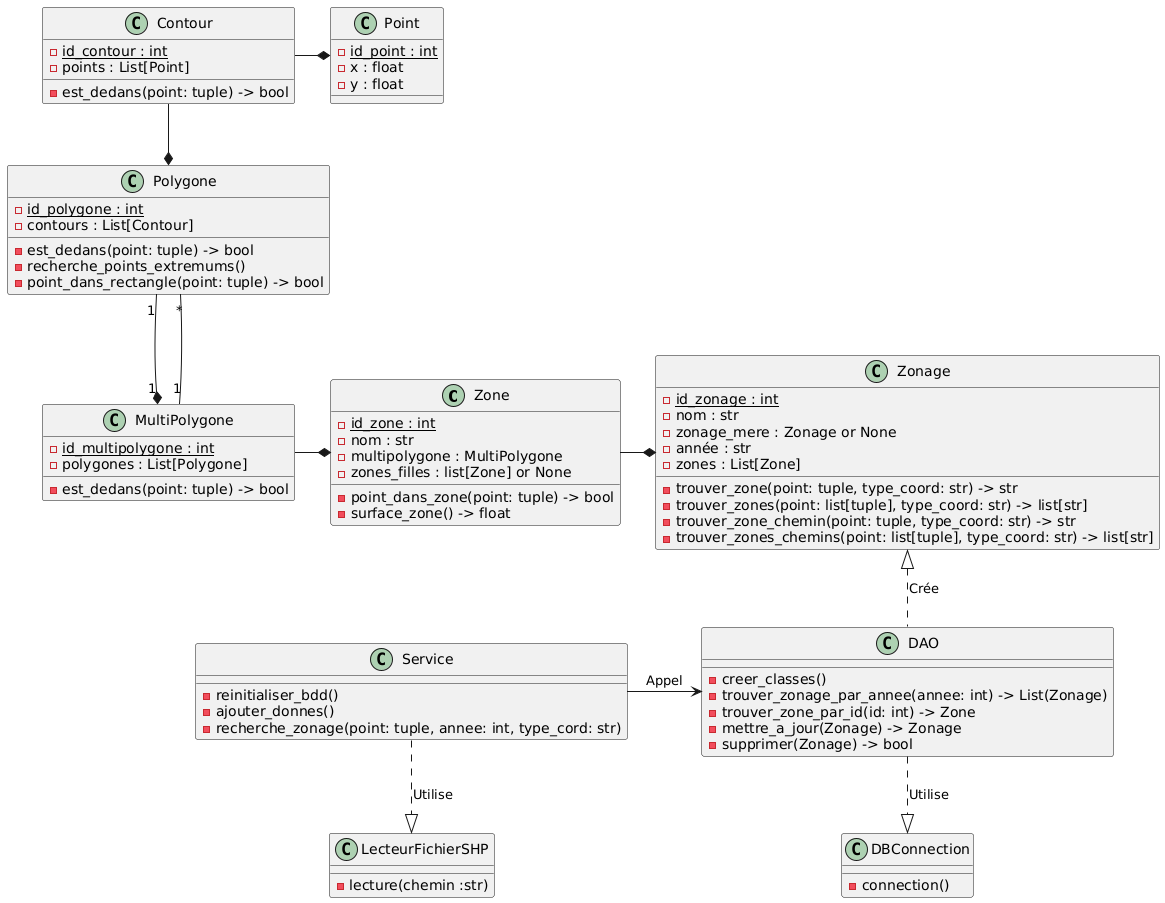
The PlantUML diagram doc/diagrammes/diagramme_classes.png in antoni-guardia/ENSAI_ProjetInfo2A, before a commit.
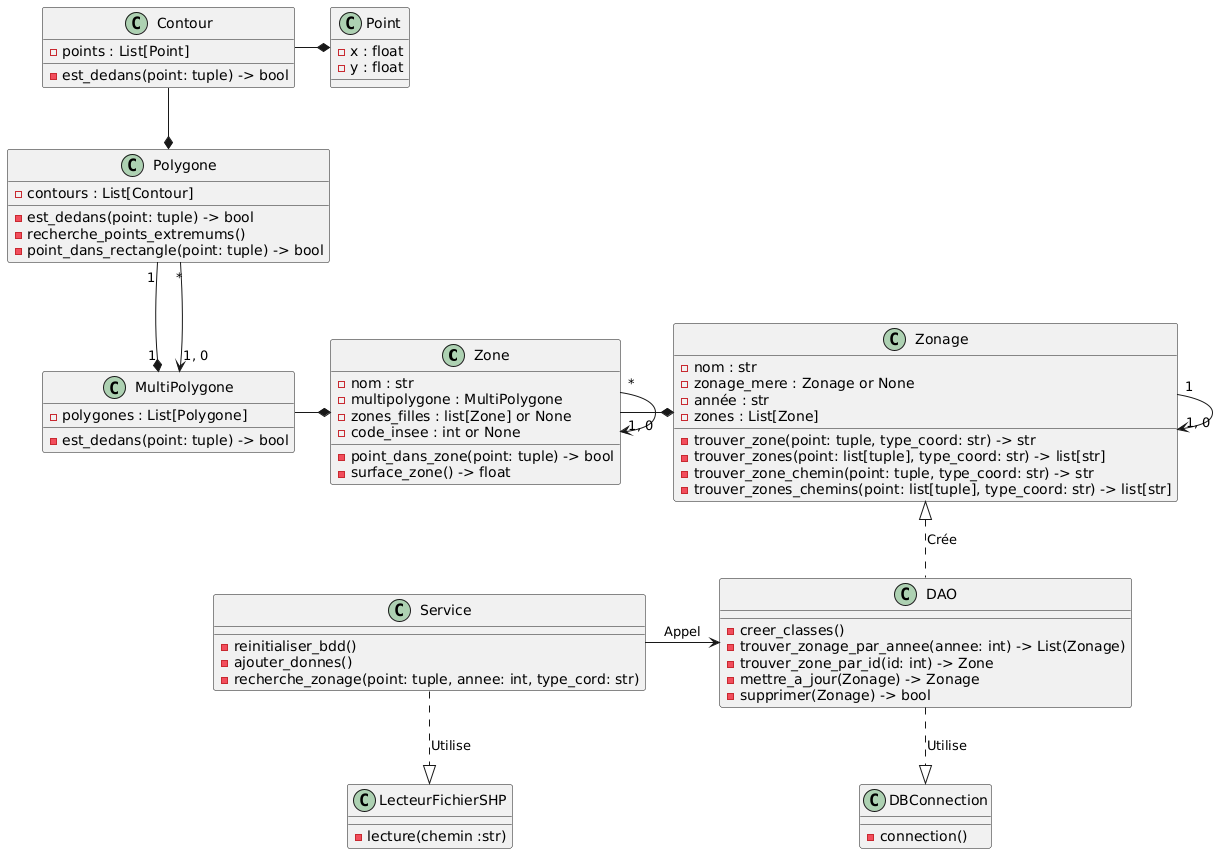
After the commit.

The edit, as a diff of the source:
```diff
@@ -1,15 +1,14 @@
 @startuml
 class Zone {
- - {Static} id_zone : int
  - nom : str
  - multipolygone : MultiPolygone
  - zones_filles : list[Zone] or None
+ - code_insee : int or None
  - point_dans_zone(point: tuple) -> bool
  - surface_zone() -> float
  }
 
 class Zonage {
- - {Static} id_zonage : int
  - nom : str
  - zonage_mere : Zonage or None
  - année : str
@@ -21,14 +20,12 @@
  }
 
 class MultiPolygone{
- - {Static} id_multipolygone : int
  - polygones : List[Polygone]
  - est_dedans(point: tuple) -> bool
  }
 
 
 class Polygone{
- - {Static} id_polygone : int
  - contours : List[Contour]
  - est_dedans(point: tuple) -> bool
  - recherche_points_extremums()
@@ -36,13 +33,11 @@
 }
 
 class Contour{
- - {Static} id_contour : int
  - points : List[Point]
  - est_dedans(point: tuple) -> bool
 }
 
 class Point{
- - {Static} id_point : int
  - x : float
  - y : float
 }
@@ -74,7 +69,13 @@
 Contour -right-* Point
 Contour --* Polygone
 Polygone "1"-down-*"1" MultiPolygone
-Polygone "*"-down-"1" MultiPolygone
+Polygone "*"-down->"1, 0" MultiPolygone
+
+
+
+Zone "*"-down->"1, 0" Zone
+Zonage "1"-down->"1, 0" Zonage
+
 
 Zone *-left- MultiPolygone
 Zone -right-* Zonage
```
